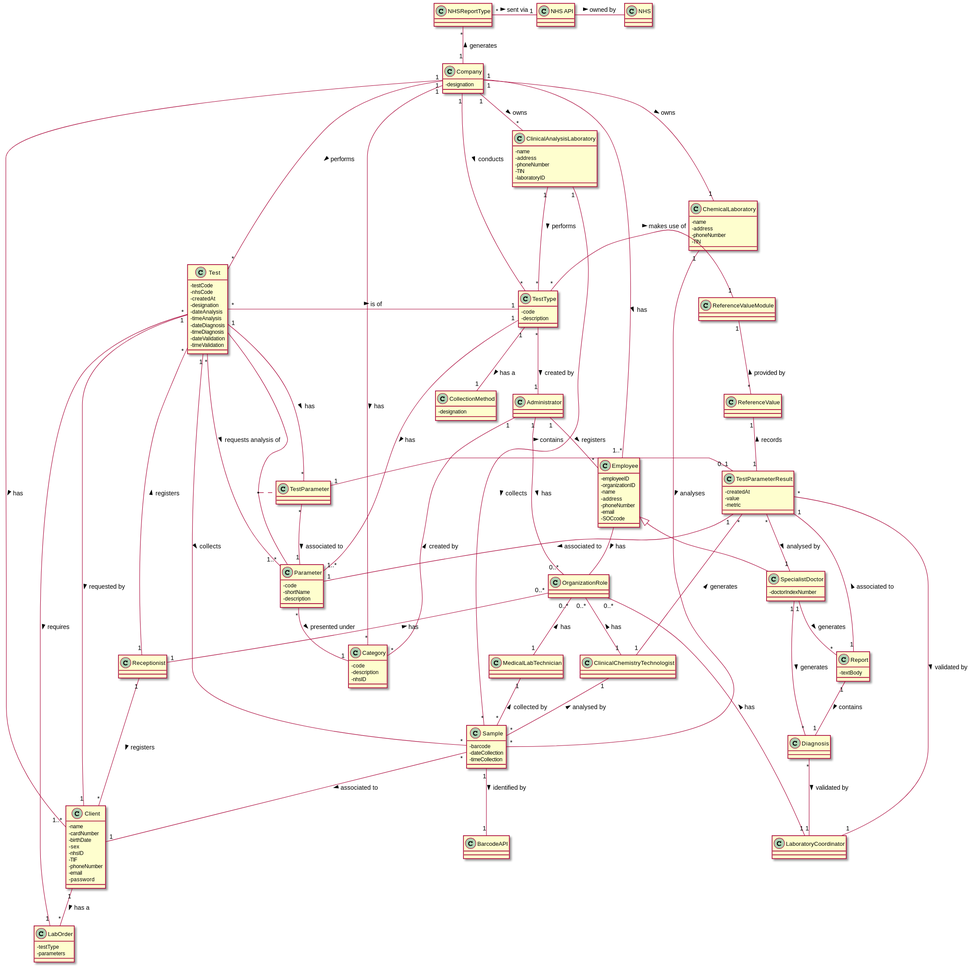
The PlantUML diagram docs/SprintD/DM.svg in MadDinosaur/ISEP-LAPR2, before a commit. Its diagram source:
```plantuml
@startuml
skinparam classAttributeIconSize 0

class Administrator
class Category {
-code
-description
-nhsID
}
class ClinicalChemistryTechnologist
class ChemicalLaboratory {
-name
-address
-phoneNumber
-TIN
}
class CollectionMethod {
-designation
}
class Client {
-name
-cardNumber
-birthDate
-sex
-nhsID
-TIF
-phoneNumber
-email
-password
}
class ClinicalAnalysisLaboratory {
-name
-address
-phoneNumber
-TIN
-laboratoryID
}
class Company {
-designation
}
class Diagnosis
class Employee {
-employeeID
-organizationID
-name
-address
-phoneNumber
-email
-SOCcode
}
class LabOrder {
-testType
-parameters
}
class LaboratoryCoordinator
class MedicalLabTechnician
class NHS
class OrganizationRole
class Parameter {
-code
-shortName
-description
}
class Receptionist
class ReferenceValueModule
class Report {
-textBody
}
class Sample {
-barcode
-dateCollection
-timeCollection
}
class SpecialistDoctor {
-doctorIndexNumber
}
class Test {
-testCode
-nhsCode
-createdAt
-designation
-dateAnalysis
-timeAnalysis
-dateDiagnosis
-timeDiagnosis
-dateValidation
-timeValidation
}
class TestType {
-code
-description
}
class TestParameterResult {
-createdAt
-value
-metric
}



"NHS API" "1"-left-"*" NHSReportType : sent via <
(Test, Parameter) .. TestParameter
Administrator "1"--"*" Category : created by <
Administrator "1"--"*" Employee : registers >
ChemicalLaboratory "1"--"*" Sample : analyses >
Client "1"--"*" LabOrder : has a >
ClinicalAnalysisLaboratory "1"--"*" Sample : collects >
ClinicalAnalysisLaboratory "1"--"*" TestType : performs >
ClinicalChemistryTechnologist "1"--"*" Sample : analysed by <
Company "1"--"1..*" Client : has >
Company "1"--"1..*" Employee : has >
Company "1"-down-"*" Category : has >
Company "1"-down-"*" ClinicalAnalysisLaboratory : owns >
Company "1"-down-"*" TestType : conducts >
Company "1"-down-"1" ChemicalLaboratory : owns >
Diagnosis "*"--"1" LaboratoryCoordinator : validated by >
Diagnosis "*"--"1" SpecialistDoctor : generates <
Employee -- OrganizationRole : has >
Employee <|-- SpecialistDoctor
MedicalLabTechnician "1"--"*" Sample : collected by <
"NHS API" -right- NHS : owned by >
NHSReportType "*"--"1" Company : generates <
OrganizationRole "0..*"--"1" Administrator : has <
OrganizationRole "0..*"--"1" ClinicalChemistryTechnologist : has <
OrganizationRole "0..*"--"1" LaboratoryCoordinator : has <
OrganizationRole "0..*"--"1" MedicalLabTechnician : has <
OrganizationRole "0..*"--"1" Receptionist : has <
Parameter "*"--"1" Category : presented under >
Receptionist "1"--"*" Client : registers >
Receptionist "1"--"*" Test : registers >
ReferenceValue "*"-up-"1" ReferenceValueModule : provided by >
Report "1"--"1" Diagnosis : contains >
Report "1"--"1" TestParameterResult : associated to >
Sample "*"--"1" Client : associated to >
Sample "1"--"1" BarcodeAPI : identified by >
SpecialistDoctor "1"--"*" Report : generates >
Test "*"--"1" Client : requested by >
Test "*"--"1..*" Parameter : requests analysis of >
Test "*"-right-"1" "TestType" : is of >
Test "*"-up-"1" Company : performs <
Test "1"--"*" Sample : collects >
Test "1"--"1" LabOrder : requires >
TestParameter "*"--"1" Parameter : associated to >
TestParameter "*"--"1" Test : has <
TestParameter "1"-right- "0..1" TestParameterResult : contains >
TestParameterResult "*"-right-"1" ClinicalChemistryTechnologist : generates <
TestParameterResult "1"--"1" Parameter : associated to >
TestParameterResult "1"-up-"1" ReferenceValue : records >
TestParameterResult "*"--"1" LaboratoryCoordinator : validated by >
TestParameterResult "*"--"1" SpecialistDoctor : analysed by >
TestType "*"--"1" Administrator : created by >
TestType "*"-right-"1" ReferenceValueModule : makes use of >
TestType "1"--"1" CollectionMethod : has a  >
TestType "1"--"1..*" Parameter : has >
@enduml
```
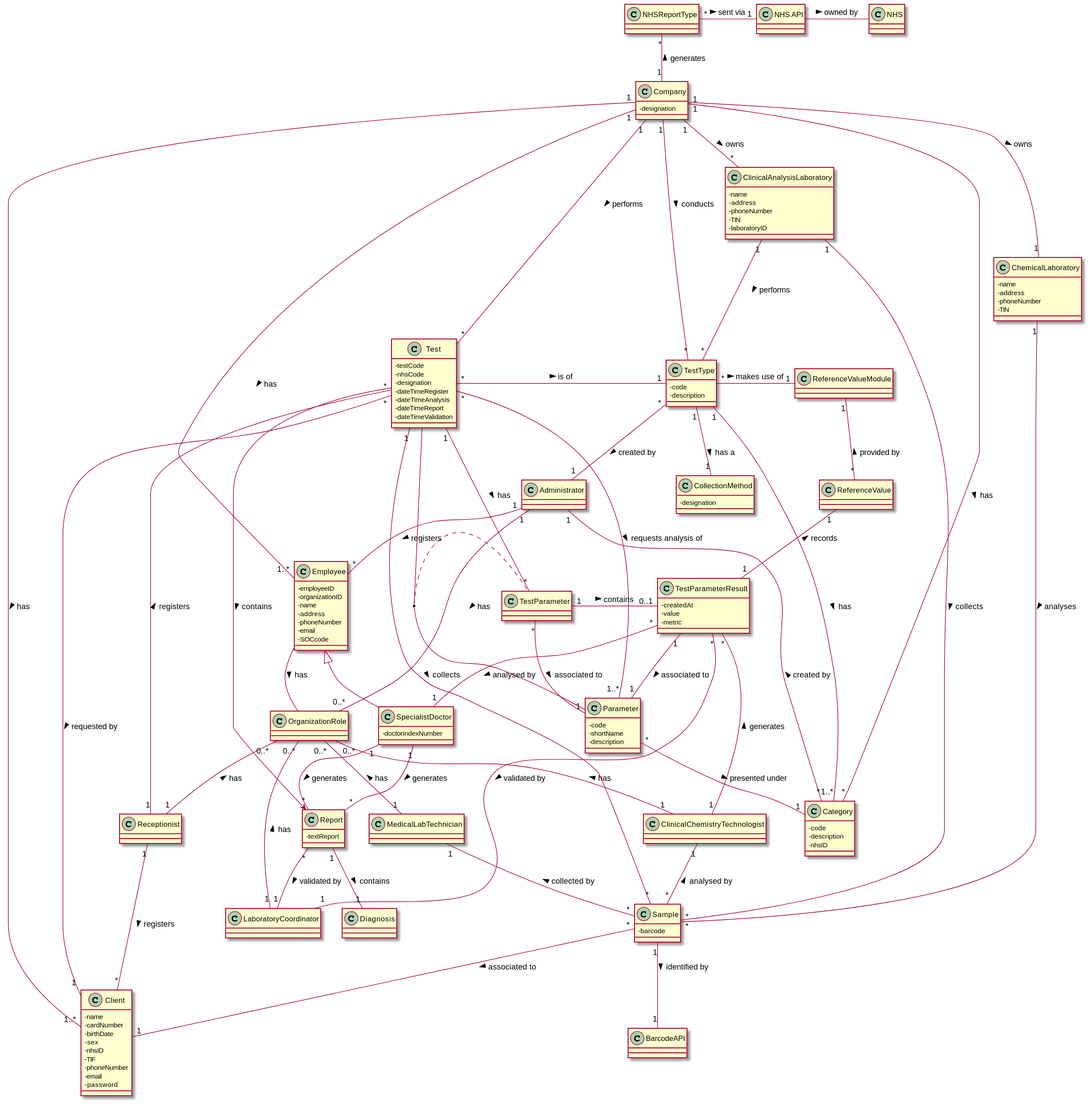
After the commit.

Commit message:
Updated the Test Class on the Domain Model.

Change to the diagram source:
```diff
@@ -2,21 +2,26 @@
 skinparam classAttributeIconSize 0
 
 class Administrator
+
 class Category {
 -code
 -description
 -nhsID
 }
+
 class ClinicalChemistryTechnologist
+
 class ChemicalLaboratory {
 -name
 -address
 -phoneNumber
 -TIN
 }
+
 class CollectionMethod {
 -designation
 }
+
 class Client {
 -name
 -cardNumber
@@ -28,6 +33,7 @@
 -email
 -password
 }
+
 class ClinicalAnalysisLaboratory {
 -name
 -address
@@ -35,10 +41,11 @@
 -TIN
 -laboratoryID
 }
+
 class Company {
 -designation
 }
-class Diagnosis
+
 class Employee {
 -employeeID
 -organizationID
@@ -48,10 +55,7 @@
 -email
 -SOCcode
 }
-class LabOrder {
--testType
--parameters
-}
+
 class LaboratoryCoordinator
 class MedicalLabTechnician
 class NHS
@@ -61,40 +65,45 @@
 -shortName
 -description
 }
+
 class Receptionist
+
 class ReferenceValueModule
+
 class Report {
--textBody
+-textReport
 }
+
 class Sample {
 -barcode
--dateCollection
--timeCollection
 }
+
 class SpecialistDoctor {
 -doctorIndexNumber
 }
+
 class Test {
 -testCode
 -nhsCode
--createdAt
 -designation
--dateAnalysis
--timeAnalysis
--dateDiagnosis
--timeDiagnosis
--dateValidation
--timeValidation
+-dateTimeRegister
+-dateTimeAnalysis
+-dateTimeReport
+-dateTimeValidation
 }
+
 class TestType {
 -code
 -description
 }
+
 class TestParameterResult {
 -createdAt
 -value
 -metric
 }
+
+class Diagnosis
 
 
 
@@ -103,7 +112,6 @@
 Administrator "1"--"*" Category : created by <
 Administrator "1"--"*" Employee : registers >
 ChemicalLaboratory "1"--"*" Sample : analyses >
-Client "1"--"*" LabOrder : has a >
 ClinicalAnalysisLaboratory "1"--"*" Sample : collects >
 ClinicalAnalysisLaboratory "1"--"*" TestType : performs >
 ClinicalChemistryTechnologist "1"--"*" Sample : analysed by <
@@ -113,8 +121,8 @@
 Company "1"-down-"*" ClinicalAnalysisLaboratory : owns >
 Company "1"-down-"*" TestType : conducts >
 Company "1"-down-"1" ChemicalLaboratory : owns >
-Diagnosis "*"--"1" LaboratoryCoordinator : validated by >
-Diagnosis "*"--"1" SpecialistDoctor : generates <
+Report "*"--"1" LaboratoryCoordinator : validated by >
+Report "*"--"1" SpecialistDoctor : generates <
 Employee -- OrganizationRole : has >
 Employee <|-- SpecialistDoctor
 MedicalLabTechnician "1"--"*" Sample : collected by <
@@ -129,8 +137,7 @@
 Receptionist "1"--"*" Client : registers >
 Receptionist "1"--"*" Test : registers >
 ReferenceValue "*"-up-"1" ReferenceValueModule : provided by >
-Report "1"--"1" Diagnosis : contains >
-Report "1"--"1" TestParameterResult : associated to >
+Test -> Report: contains >
 Sample "*"--"1" Client : associated to >
 Sample "1"--"1" BarcodeAPI : identified by >
 SpecialistDoctor "1"--"*" Report : generates >
@@ -139,7 +146,6 @@
 Test "*"-right-"1" "TestType" : is of >
 Test "*"-up-"1" Company : performs <
 Test "1"--"*" Sample : collects >
-Test "1"--"1" LabOrder : requires >
 TestParameter "*"--"1" Parameter : associated to >
 TestParameter "*"--"1" Test : has <
 TestParameter "1"-right- "0..1" TestParameterResult : contains >
@@ -151,5 +157,6 @@
 TestType "*"--"1" Administrator : created by >
 TestType "*"-right-"1" ReferenceValueModule : makes use of >
 TestType "1"--"1" CollectionMethod : has a  >
-TestType "1"--"1..*" Parameter : has >
+TestType "1"--"1..*" Category : has >
+Report "1"--"1" Diagnosis: contains >
 @enduml
```
